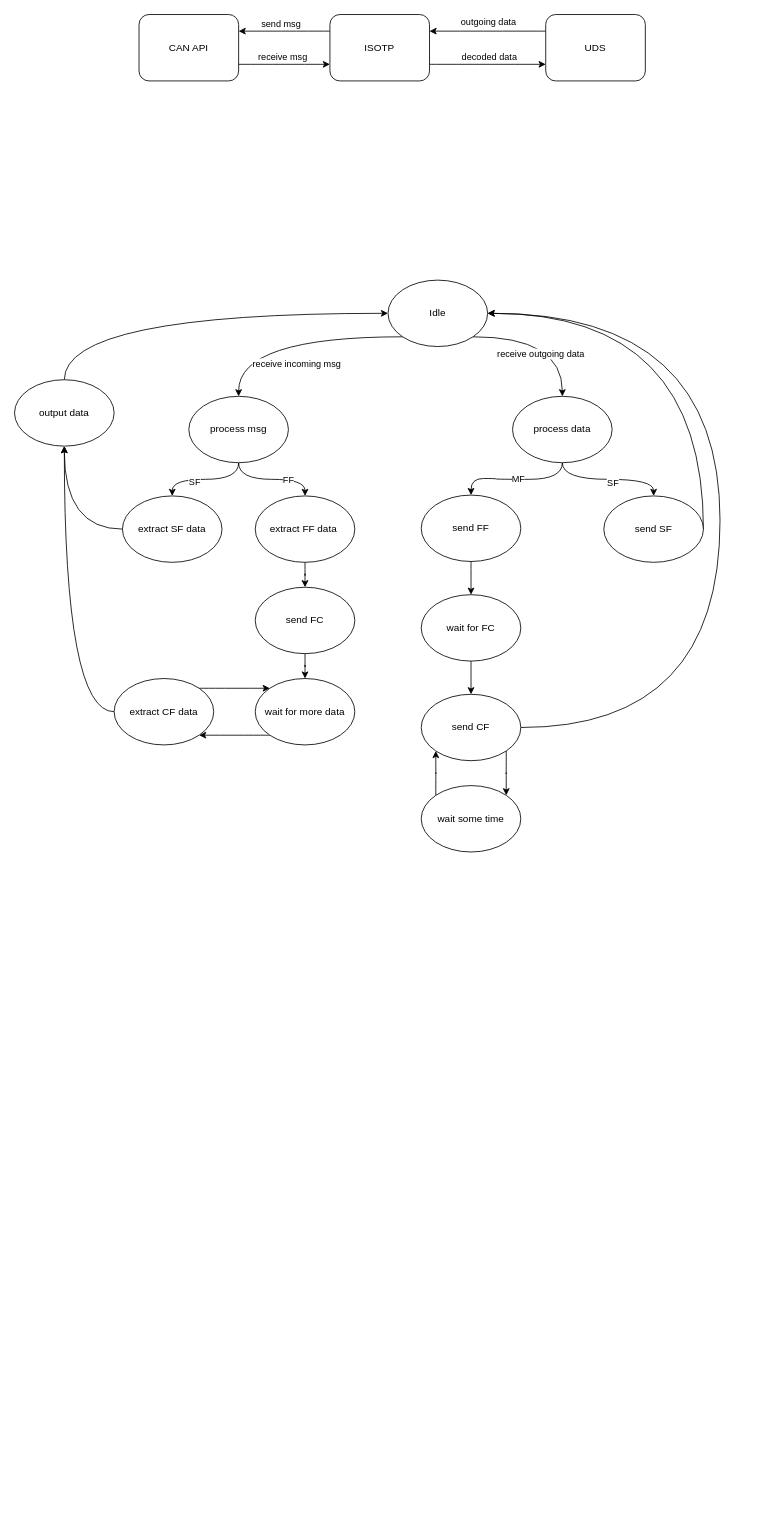
The draw.io diagram docs/isotpStateMachine.drawio in hquiroz-1988/busmaster, before the edit. Source tidied: cells renumbered, new cells numbered last; positions are measured from the earlier drawing's top-left corner, leaving out a move shared by most shapes. Both pictures are drawn from the tidied source at 83%, with x=0, y=0 at pixel (14, 14).
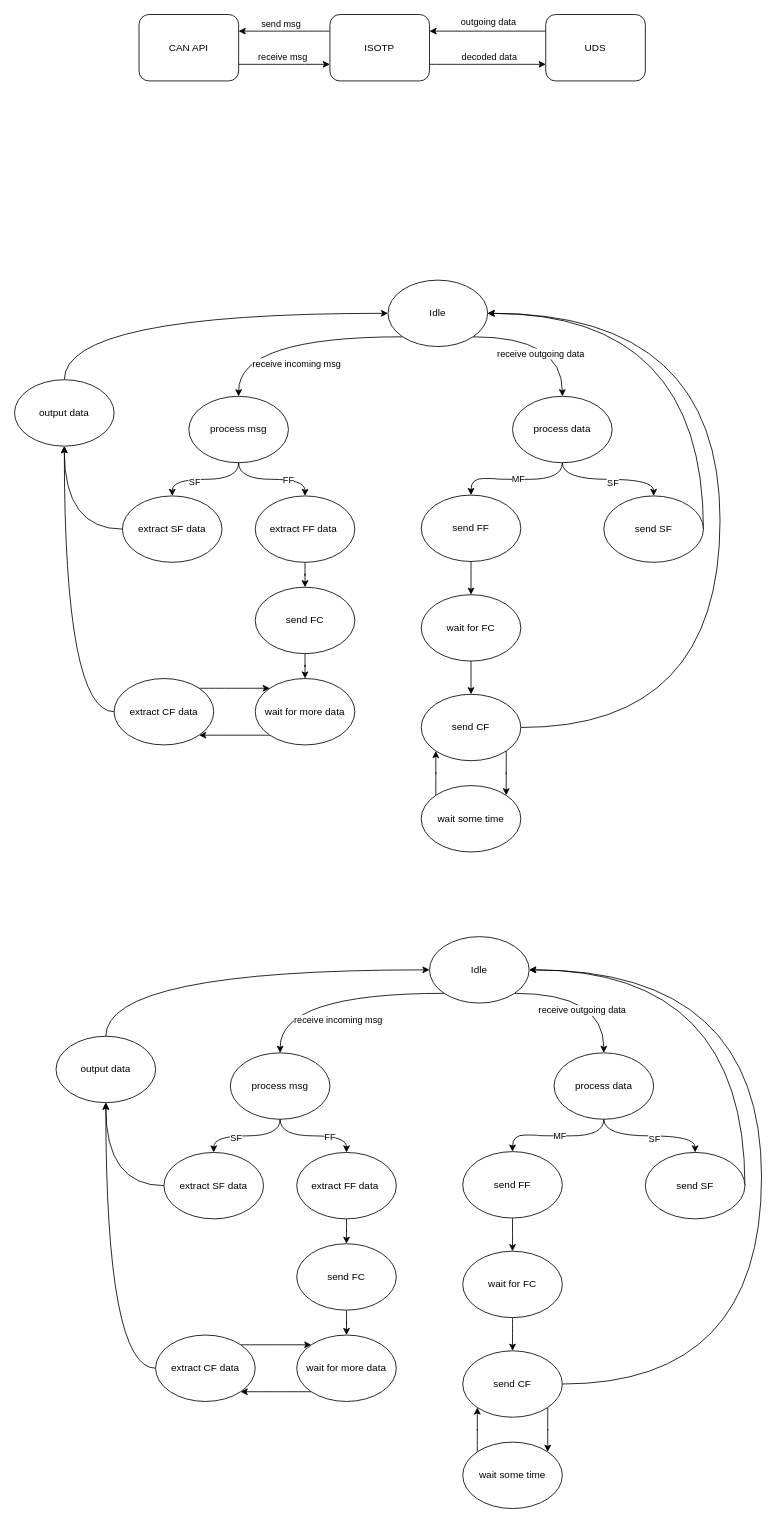
The same page after the edit.

Commit message (it also covers changes not shown here):
- ignorin draw.io backup files

Change to the diagram source:
```diff
@@
+    <mxCell id="52" value="send FF" style="ellipse;whiteSpace=wrap;html=1;" parent="1" vertex="1">
+      <mxGeometry x="540" y="1370" width="120" height="80" as="geometry" />
+    </mxCell>
+    <mxCell id="53" style="edgeStyle=orthogonalEdgeStyle;rounded=0;jettySize=auto;html=1;curved=1;exitX=0;exitY=1;exitDx=0;exitDy=0;" parent="1" edge="1" source="57" target="62">
+      <mxGeometry relative="1" as="geometry" />
+    </mxCell>
+    <mxCell id="54" value="receive incoming msg" style="edgeLabel;html=1;align=center;verticalAlign=middle;" parent="53" vertex="1">
+      <mxGeometry x="-0.12" y="16" relative="1" as="geometry">
+        <mxPoint x="-10" y="16" as="offset" />
+      </mxGeometry>
+    </mxCell>
+    <mxCell id="55" style="edgeStyle=orthogonalEdgeStyle;curved=1;rounded=0;jettySize=auto;html=1;exitX=1;exitY=1;exitDx=0;exitDy=0;entryX=0.5;entryY=0;entryDx=0;entryDy=0;" parent="1" edge="1" source="57" target="67">
+      <mxGeometry relative="1" as="geometry" />
+    </mxCell>
+    <mxCell id="56" value="receive outgoing data" style="edgeLabel;html=1;align=center;verticalAlign=middle;" parent="55" vertex="1">
+      <mxGeometry x="-0.1" y="-20" relative="1" as="geometry" />
+    </mxCell>
+    <mxCell id="57" value="Idle" style="ellipse;whiteSpace=wrap;html=1;" parent="1" vertex="1">
+      <mxGeometry x="500" y="1111" width="120" height="80" as="geometry" />
+    </mxCell>
+    <mxCell id="58" style="edgeStyle=orthogonalEdgeStyle;curved=1;rounded=0;jettySize=auto;html=1;" parent="1" edge="1" source="62" target="71">
+      <mxGeometry relative="1" as="geometry" />
+    </mxCell>
+    <mxCell id="59" value="SF" style="edgeLabel;html=1;align=center;verticalAlign=middle;" parent="58" vertex="1">
+      <mxGeometry x="0.23" y="2" relative="1" as="geometry" />
+    </mxCell>
+    <mxCell id="60" style="edgeStyle=orthogonalEdgeStyle;curved=1;rounded=0;jettySize=auto;html=1;" parent="1" edge="1" source="62" target="73">
+      <mxGeometry relative="1" as="geometry" />
+    </mxCell>
+    <mxCell id="61" value="FF" style="edgeLabel;html=1;align=center;verticalAlign=middle;" parent="60" vertex="1">
+      <mxGeometry x="0.32" relative="1" as="geometry" />
+    </mxCell>
+    <mxCell id="62" value="process msg" style="ellipse;whiteSpace=wrap;html=1;" parent="1" vertex="1">
+      <mxGeometry x="260" y="1251" width="120" height="80" as="geometry" />
+    </mxCell>
+    <mxCell id="63" style="edgeStyle=orthogonalEdgeStyle;curved=1;rounded=0;jettySize=auto;html=1;exitX=0.5;exitY=1;exitDx=0;exitDy=0;" parent="1" edge="1" source="67" target="69">
+      <mxGeometry relative="1" as="geometry" />
+    </mxCell>
+    <mxCell id="64" value="SF" style="edgeLabel;html=1;align=center;verticalAlign=middle;" parent="63" vertex="1">
+      <mxGeometry x="0.07" y="-3" relative="1" as="geometry" />
+    </mxCell>
+    <mxCell id="65" style="edgeStyle=orthogonalEdgeStyle;curved=1;rounded=0;jettySize=auto;html=1;" parent="1" edge="1" source="67" target="52">
+      <mxGeometry relative="1" as="geometry" />
+    </mxCell>
+    <mxCell id="66" value="MF" style="edgeLabel;html=1;align=center;verticalAlign=middle;" parent="65" vertex="1">
+      <mxGeometry x="-0.01" y="-1" relative="1" as="geometry">
+        <mxPoint x="1" as="offset" />
+      </mxGeometry>
+    </mxCell>
+    <mxCell id="67" value="process data" style="ellipse;whiteSpace=wrap;html=1;" parent="1" vertex="1">
+      <mxGeometry x="650" y="1251" width="120" height="80" as="geometry" />
+    </mxCell>
+    <mxCell id="68" style="edgeStyle=orthogonalEdgeStyle;rounded=0;jettySize=auto;html=1;curved=1;" parent="1" edge="1" source="69" target="57">
+      <mxGeometry relative="1" as="geometry">
+        <Array as="points">
+          <mxPoint x="880" y="1151" />
+        </Array>
+      </mxGeometry>
+    </mxCell>
+    <mxCell id="69" value="send SF" style="ellipse;whiteSpace=wrap;html=1;" parent="1" vertex="1">
+      <mxGeometry x="760" y="1371" width="120" height="80" as="geometry" />
+    </mxCell>
+    <mxCell id="70" style="edgeStyle=orthogonalEdgeStyle;curved=1;rounded=0;jettySize=auto;html=1;exitX=0;exitY=0.5;exitDx=0;exitDy=0;entryX=0.5;entryY=1;entryDx=0;entryDy=0;" parent="1" edge="1" source="71" target="79">
+      <mxGeometry relative="1" as="geometry" />
+    </mxCell>
+    <mxCell id="71" value="extract SF data" style="ellipse;whiteSpace=wrap;html=1;" parent="1" vertex="1">
+      <mxGeometry x="180" y="1371" width="120" height="80" as="geometry" />
+    </mxCell>
+    <mxCell id="72" style="edgeStyle=orthogonalEdgeStyle;curved=1;rounded=0;jettySize=auto;html=1;" parent="1" edge="1" source="73" target="75">
+      <mxGeometry relative="1" as="geometry" />
+    </mxCell>
+    <mxCell id="73" value="extract FF data&amp;nbsp;" style="ellipse;whiteSpace=wrap;html=1;" parent="1" vertex="1">
+      <mxGeometry x="340" y="1371" width="120" height="80" as="geometry" />
+    </mxCell>
+    <mxCell id="74" style="edgeStyle=orthogonalEdgeStyle;curved=1;rounded=0;jettySize=auto;html=1;entryX=0.5;entryY=0;entryDx=0;entryDy=0;" parent="1" edge="1" source="75" target="77">
+      <mxGeometry relative="1" as="geometry" />
+    </mxCell>
+    <mxCell id="75" value="send FC" style="ellipse;whiteSpace=wrap;html=1;" parent="1" vertex="1">
+      <mxGeometry x="340" y="1481" width="120" height="80" as="geometry" />
+    </mxCell>
+    <mxCell id="76" style="edgeStyle=orthogonalEdgeStyle;curved=1;rounded=0;jettySize=auto;html=1;exitX=0;exitY=1;exitDx=0;exitDy=0;entryX=1;entryY=1;entryDx=0;entryDy=0;" parent="1" edge="1" source="77" target="82">
+      <mxGeometry relative="1" as="geometry" />
+    </mxCell>
+    <mxCell id="77" value="wait for more data" style="ellipse;whiteSpace=wrap;html=1;" parent="1" vertex="1">
+      <mxGeometry x="340" y="1591" width="120" height="80" as="geometry" />
+    </mxCell>
+    <mxCell id="78" style="edgeStyle=orthogonalEdgeStyle;curved=1;rounded=0;jettySize=auto;html=1;exitX=0.5;exitY=0;exitDx=0;exitDy=0;entryX=0;entryY=0.5;entryDx=0;entryDy=0;" parent="1" edge="1" source="79" target="57">
+      <mxGeometry relative="1" as="geometry">
+        <Array as="points">
+          <mxPoint x="110" y="1151" />
+        </Array>
+      </mxGeometry>
+    </mxCell>
+    <mxCell id="79" value="output data" style="ellipse;whiteSpace=wrap;html=1;" parent="1" vertex="1">
+      <mxGeometry x="50" y="1231" width="120" height="80" as="geometry" />
+    </mxCell>
+    <mxCell id="80" style="edgeStyle=orthogonalEdgeStyle;curved=1;rounded=0;jettySize=auto;html=1;exitX=1;exitY=0;exitDx=0;exitDy=0;entryX=0;entryY=0;entryDx=0;entryDy=0;" parent="1" edge="1" source="82" target="77">
+      <mxGeometry relative="1" as="geometry" />
+    </mxCell>
+    <mxCell id="81" style="edgeStyle=orthogonalEdgeStyle;curved=1;rounded=0;jettySize=auto;html=1;entryX=0.5;entryY=1;entryDx=0;entryDy=0;exitX=0;exitY=0.5;exitDx=0;exitDy=0;" parent="1" edge="1" source="82" target="79">
+      <mxGeometry relative="1" as="geometry" />
+    </mxCell>
+    <mxCell id="82" value="extract CF data" style="ellipse;whiteSpace=wrap;html=1;" parent="1" vertex="1">
+      <mxGeometry x="170" y="1591" width="120" height="80" as="geometry" />
+    </mxCell>
+    <mxCell id="83" style="edgeStyle=orthogonalEdgeStyle;curved=1;rounded=0;jettySize=auto;html=1;" parent="1" edge="1" source="52" target="85">
+      <mxGeometry relative="1" as="geometry" />
+    </mxCell>
+    <mxCell id="84" style="edgeStyle=orthogonalEdgeStyle;curved=1;rounded=0;jettySize=auto;html=1;" parent="1" edge="1" source="85" target="90">
+      <mxGeometry relative="1" as="geometry" />
+    </mxCell>
+    <mxCell id="85" value="wait for FC" style="ellipse;whiteSpace=wrap;html=1;" parent="1" vertex="1">
+      <mxGeometry x="540" y="1490" width="120" height="80" as="geometry" />
+    </mxCell>
+    <mxCell id="86" style="edgeStyle=orthogonalEdgeStyle;curved=1;rounded=0;jettySize=auto;html=1;exitX=0;exitY=0;exitDx=0;exitDy=0;entryX=0;entryY=1;entryDx=0;entryDy=0;" parent="1" edge="1" source="88" target="90">
+      <mxGeometry relative="1" as="geometry" />
+    </mxCell>
+    <mxCell id="87" style="edgeStyle=orthogonalEdgeStyle;rounded=0;jettySize=auto;html=1;entryX=1;entryY=0.5;entryDx=0;entryDy=0;curved=1;exitX=1;exitY=0.5;exitDx=0;exitDy=0;" parent="1" edge="1" source="90" target="57">
+      <mxGeometry relative="1" as="geometry">
+        <Array as="points">
+          <mxPoint x="900" y="1650" />
+          <mxPoint x="900" y="1151" />
+        </Array>
+      </mxGeometry>
+    </mxCell>
+    <mxCell id="88" value="wait some time" style="ellipse;whiteSpace=wrap;html=1;" parent="1" vertex="1">
+      <mxGeometry x="540" y="1720" width="120" height="80" as="geometry" />
+    </mxCell>
+    <mxCell id="89" style="edgeStyle=orthogonalEdgeStyle;curved=1;rounded=0;jettySize=auto;html=1;exitX=1;exitY=1;exitDx=0;exitDy=0;entryX=1;entryY=0;entryDx=0;entryDy=0;" parent="1" edge="1" source="90" target="88">
+      <mxGeometry relative="1" as="geometry" />
+    </mxCell>
+    <mxCell id="90" value="send CF" style="ellipse;whiteSpace=wrap;html=1;" parent="1" vertex="1">
+      <mxGeometry x="540" y="1610" width="120" height="80" as="geometry" />
+    </mxCell>
```
